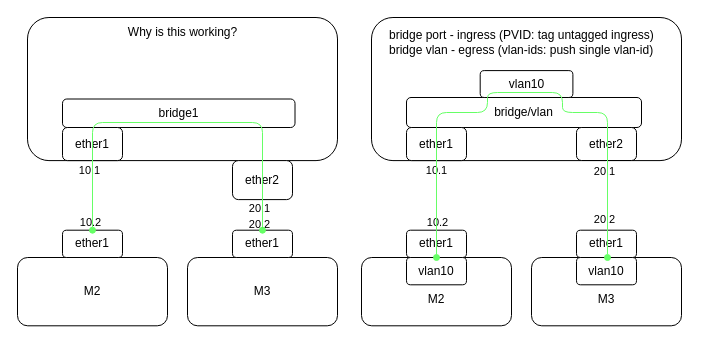
The draw.io diagram mikrotik-mikrotik/mikrotik-logic.drawio in plasmin/clab, before the edit. Source tidied: cells renumbered, new cells numbered last; positions are measured from the earlier drawing's top-left corner, leaving out a move shared by most shapes. Both pictures are drawn from the tidied source at 100%, with x=0, y=0 at pixel (17, 17).
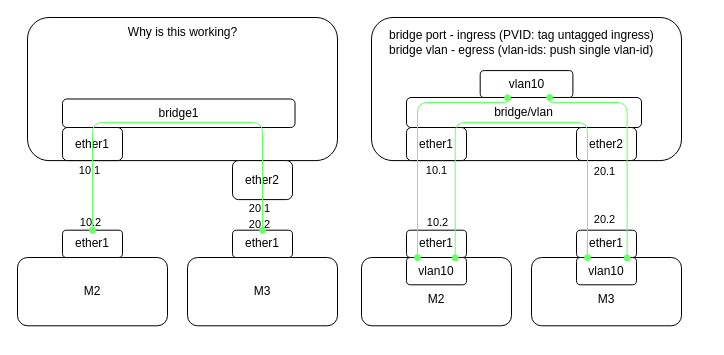
Above is the later version.

Unchanged cells that the change refers to:
```xml
<mxCell id="19" style="group;" parent="1" vertex="1">
  <mxGeometry x="344" width="345" height="320" as="geometry" />
</mxCell>
<mxCell id="32" value="ether1" style="rounded=1;whiteSpace=wrap;html=1;" parent="19" vertex="1">
  <mxGeometry x="45" y="212.7" width="60" height="27.3" as="geometry" />
</mxCell>
<mxCell id="34" value="vlan10" style="rounded=1;whiteSpace=wrap;html=1;" parent="19" vertex="1">
  <mxGeometry x="45" y="240" width="60" height="27.3" as="geometry" />
</mxCell>
<mxCell id="35" value="vlan10" style="rounded=1;whiteSpace=wrap;html=1;" parent="19" vertex="1">
  <mxGeometry x="215" y="240" width="60" height="27.3" as="geometry" />
</mxCell>
<mxCell id="36" value="vlan10" style="rounded=1;whiteSpace=wrap;html=1;" parent="19" vertex="1">
  <mxGeometry x="118.7" y="53.1" width="92.7" height="26.9" as="geometry" />
</mxCell>
```

Diff of the diagram source:
```diff
@@
-    <mxCell id="37" style="edgeStyle=orthogonalEdgeStyle;rounded=1;jettySize=auto;html=1;strokeColor=#66FF66;startArrow=oval;startFill=1;elbow=vertical;flowAnimation=1;endArrow=oval;endFill=1;exitX=0.5;exitY=1;exitDx=0;exitDy=0;" parent="19" edge="1" source="32" target="35">
+    <mxCell id="37" style="edgeStyle=orthogonalEdgeStyle;rounded=1;jettySize=auto;html=1;strokeColor=#66FF66;startArrow=oval;startFill=1;elbow=vertical;flowAnimation=1;endArrow=oval;endFill=1;entryX=0.295;entryY=1.012;entryDx=0;entryDy=0;entryPerimeter=0;" parent="19" edge="1" target="36">
       <mxGeometry relative="1" as="geometry">
+        <mxPoint x="56" y="240" as="sourcePoint" />
         <Array as="points">
-          <mxPoint x="75" y="95" />
-          <mxPoint x="126" y="95" />
-          <mxPoint x="126" y="75" />
-          <mxPoint x="201" y="75" />
-          <mxPoint x="201" y="95" />
-          <mxPoint x="246" y="95" />
+          <mxPoint x="56" y="85" />
+          <mxPoint x="146" y="85" />
         </Array>
       </mxGeometry>
     </mxCell>
@@
+    <mxCell id="39" style="edgeStyle=orthogonalEdgeStyle;rounded=1;jettySize=auto;html=1;strokeColor=#66FF66;startArrow=oval;startFill=1;elbow=vertical;flowAnimation=1;endArrow=oval;endFill=1;entryX=0.75;entryY=1;entryDx=0;entryDy=0;exitX=0.844;exitY=0.012;exitDx=0;exitDy=0;exitPerimeter=0;" parent="19" edge="1" source="35" target="36">
+      <mxGeometry relative="1" as="geometry">
+        <Array as="points">
+          <mxPoint x="266" y="85" />
+          <mxPoint x="188" y="85" />
+        </Array>
+      </mxGeometry>
+    </mxCell>
+    <mxCell id="40" style="edgeStyle=orthogonalEdgeStyle;rounded=1;jettySize=auto;html=1;strokeColor=#66FF66;startArrow=oval;startFill=1;elbow=vertical;flowAnimation=1;endArrow=oval;endFill=1;entryX=0.183;entryY=0;entryDx=0;entryDy=0;entryPerimeter=0;exitX=0.811;exitY=0.012;exitDx=0;exitDy=0;exitPerimeter=0;" parent="19" edge="1" source="34" target="35">
+      <mxGeometry relative="1" as="geometry">
+        <Array as="points">
+          <mxPoint x="94" y="105" />
+          <mxPoint x="226" y="105" />
+        </Array>
+      </mxGeometry>
+    </mxCell>
```
